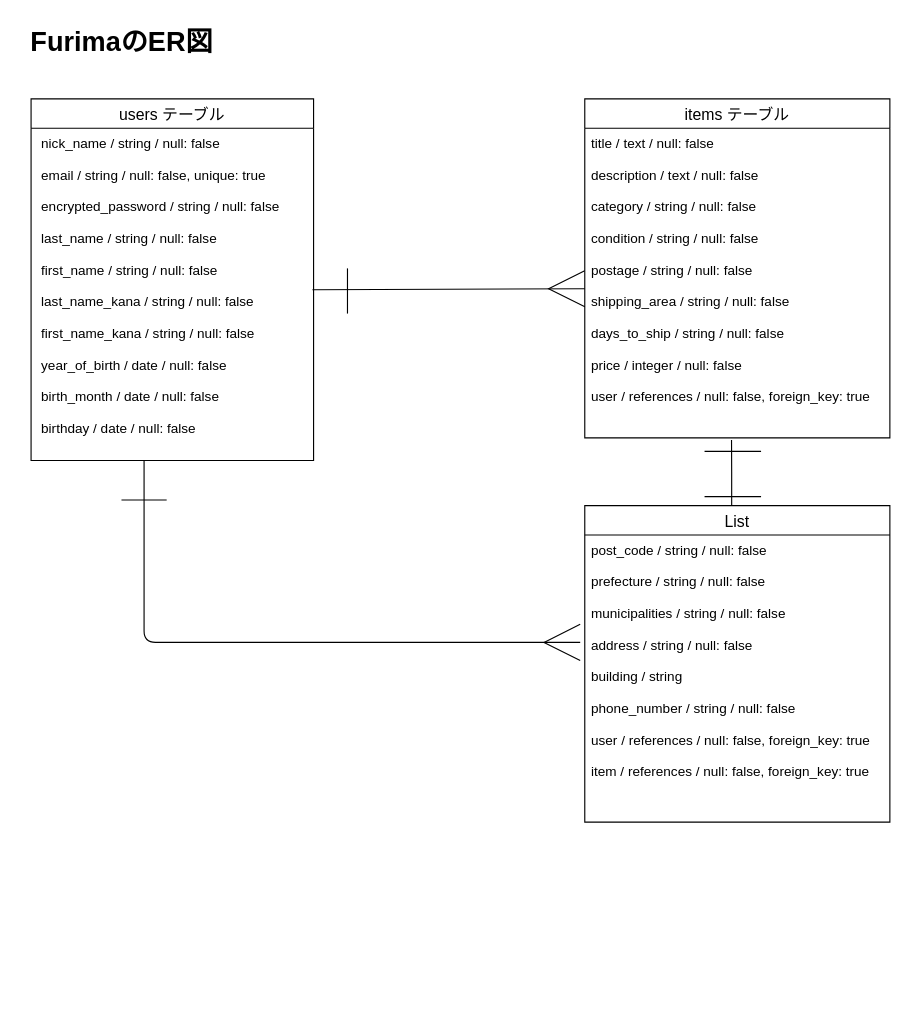
Earlier version of the draw.io diagram furima.dio (tunnelkowai/furima-38272). Source tidied: cells renumbered, new cells numbered last; positions are measured from the earlier drawing's top-left corner, leaving out a move shared by most shapes. Both pictures are drawn from the tidied source at 113%, with x=0, y=0 at pixel (19, 19).
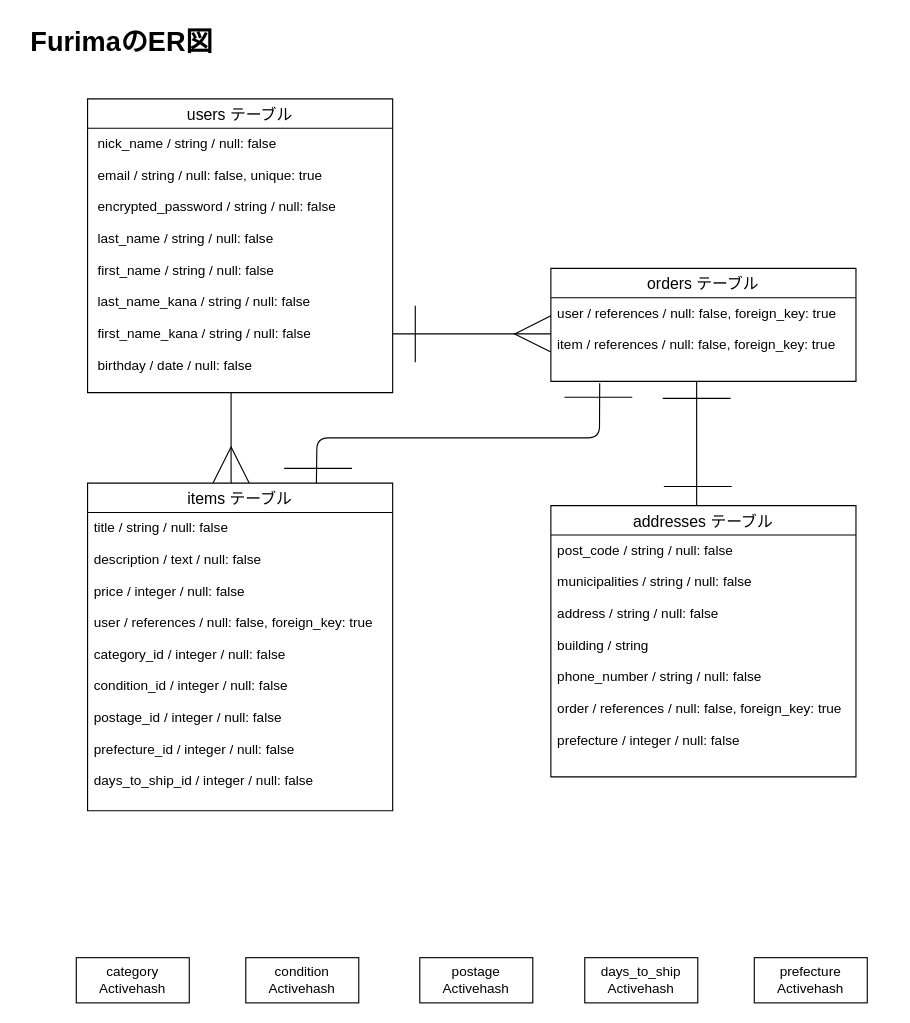
Above is the later version.

What changed in the source:
```diff
@@
-    <mxCell id="2" style="edgeStyle=none;html=1;entryX=0;entryY=0.5;entryDx=0;entryDy=0;exitX=0.996;exitY=0.469;exitDx=0;exitDy=0;exitPerimeter=0;endArrow=ERmany;endFill=0;endSize=30;" parent="1" edge="1">
-      <mxGeometry relative="1" as="geometry">
-        <mxPoint x="259" y="238.9" as="sourcePoint" />
-        <mxPoint x="500" y="238" as="targetPoint" />
-      </mxGeometry>
-    </mxCell>
+    <mxCell id="16" style="edgeStyle=none;html=1;entryX=0.5;entryY=0;entryDx=0;entryDy=0;endArrow=ERmany;endFill=0;endSize=30;strokeColor=default;" parent="1" edge="1">
+      <mxGeometry relative="1" as="geometry">
+        <mxPoint x="187" y="330" as="sourcePoint" />
+        <mxPoint x="187" y="410" as="targetPoint" />
+      </mxGeometry>
+    </mxCell>
     <mxCell id="3" value="users テーブル" style="swimlane;fontStyle=0;horizontal=1;startSize=26;align=center;fontSize=14;" parent="1" vertex="1">
-      <mxGeometry x="10" y="70" width="250" height="320" as="geometry" />
+      <mxGeometry x="60" y="70" width="270" height="260" as="geometry" />
     </mxCell>
-    <mxCell id="4" value=" nick_name / string / null: false &#10;&#10; email / string / null: false, unique: true &#10;&#10; encrypted_password / string / null: false &#10;&#10; last_name / string / null: false &#10;&#10; first_name / string / null: false &#10;&#10; last_name_kana / string / null: false &#10;&#10; first_name_kana / string / null: false &#10;&#10; year_of_birth / date / null: false &#10;&#10; birth_month / date / null: false &#10;&#10; birthday / date / null: false " style="text;strokeColor=none;fillColor=none;spacingLeft=4;spacingRight=4;overflow=hidden;fontSize=12;" parent="3" vertex="1">
-      <mxGeometry y="26" width="250" height="294" as="geometry" />
+    <mxCell id="4" value=" nick_name / string / null: false &#10;&#10; email / string / null: false, unique: true &#10;&#10; encrypted_password / string / null: false &#10;&#10; last_name / string / null: false &#10;&#10; first_name / string / null: false &#10;&#10; last_name_kana / string / null: false &#10;&#10; first_name_kana / string / null: false &#10;&#10; birthday / date / null: false " style="text;strokeColor=none;fillColor=none;spacingLeft=4;spacingRight=4;overflow=hidden;fontSize=12;" parent="3" vertex="1">
+      <mxGeometry y="26" width="270" height="234" as="geometry" />
     </mxCell>
+    <mxCell id="17" style="edgeStyle=none;html=1;exitX=0.75;exitY=0;exitDx=0;exitDy=0;endArrow=none;endFill=0;endSize=30;strokeColor=default;entryX=0.16;entryY=1.023;entryDx=0;entryDy=0;entryPerimeter=0;" parent="1" edge="1" source="5" target="20">
+      <mxGeometry relative="1" as="geometry">
+        <Array as="points">
+          <mxPoint x="263" y="370" />
+          <mxPoint x="513" y="370" />
+        </Array>
+      </mxGeometry>
+    </mxCell>
     <mxCell id="5" value="items テーブル" style="swimlane;fontStyle=0;horizontal=1;startSize=26;align=center;fontSize=14;" parent="1" vertex="1">
-      <mxGeometry x="500" y="70" width="270" height="300" as="geometry" />
+      <mxGeometry x="60" y="410" width="270" height="290" as="geometry" />
     </mxCell>
-    <mxCell id="6" value="title / text / null: false &#10;&#10;description / text / null: false&#10;&#10;category / string / null: false&#10;&#10;condition / string / null: false &#10;&#10;postage / string / null: false&#10;&#10;shipping_area / string / null: false&#10;&#10;days_to_ship / string / null: false&#10;&#10;price / integer / null: false&#10;&#10;user / references / null: false, foreign_key: true&#10;" style="text;strokeColor=none;fillColor=none;spacingLeft=4;spacingRight=4;overflow=hidden;points=[[0,0.5],[1,0.5]];portConstraint=eastwest;fontSize=12;" parent="5" vertex="1">
-      <mxGeometry y="26" width="270" height="274" as="geometry" />
+    <mxCell id="6" value="title / string / null: false &#10;&#10;description / text / null: false&#10;&#10;price / integer / null: false&#10;&#10;user / references / null: false, foreign_key: true&#10;&#10;category_id / integer / null: false&#10;&#10;condition_id / integer / null: false &#10;&#10;postage_id / integer / null: false&#10;&#10;prefecture_id / integer / null: false&#10;&#10;days_to_ship_id / integer / null: false&#10;" style="text;strokeColor=none;fillColor=none;spacingLeft=4;spacingRight=4;overflow=hidden;points=[[0,0.5],[1,0.5]];portConstraint=eastwest;fontSize=12;" parent="5" vertex="1">
+      <mxGeometry y="26" width="270" height="264" as="geometry" />
     </mxCell>
-    <mxCell id="7" value="List" style="swimlane;fontStyle=0;horizontal=1;startSize=26;align=center;fontSize=14;" parent="1" vertex="1">
-      <mxGeometry x="500" y="430" width="270" height="280" as="geometry" />
+    <mxCell id="7" value="addresses テーブル" style="swimlane;fontStyle=0;horizontal=1;startSize=26;align=center;fontSize=14;" parent="1" vertex="1">
+      <mxGeometry x="470" y="430" width="270" height="240" as="geometry" />
     </mxCell>
-    <mxCell id="8" value="post_code / string / null: false&#10;&#10;prefecture / string / null: false&#10;&#10;municipalities / string / null: false&#10;&#10;address / string / null: false&#10;&#10;building / string &#10;&#10;phone_number / string / null: false&#10;&#10;user / references / null: false, foreign_key: true&#10;&#10;item / references / null: false, foreign_key: true" style="text;strokeColor=none;fillColor=none;spacingLeft=4;spacingRight=4;overflow=hidden;points=[[0,0.5],[1,0.5]];portConstraint=eastwest;fontSize=12;" parent="7" vertex="1">
-      <mxGeometry y="26" width="270" height="254" as="geometry" />
+    <mxCell id="8" value="post_code / string / null: false&#10;&#10;municipalities / string / null: false&#10;&#10;address / string / null: false&#10;&#10;building / string &#10;&#10;phone_number / string / null: false&#10;&#10;order / references / null: false, foreign_key: true&#10;&#10;prefecture / integer / null: false" style="text;strokeColor=none;fillColor=none;spacingLeft=4;spacingRight=4;overflow=hidden;points=[[0,0.5],[1,0.5]];portConstraint=eastwest;fontSize=12;" parent="7" vertex="1">
+      <mxGeometry y="26" width="270" height="214" as="geometry" />
     </mxCell>
-    <mxCell id="9" style="edgeStyle=none;html=1;strokeColor=default;endArrow=ERmany;endFill=0;endSize=30;entryX=-0.015;entryY=0.374;entryDx=0;entryDy=0;entryPerimeter=0;" parent="1" edge="1" target="8">
-      <mxGeometry relative="1" as="geometry">
-        <mxPoint x="110" y="390" as="sourcePoint" />
-        <Array as="points">
-          <mxPoint x="110" y="390" />
-          <mxPoint x="110" y="551" />
-        </Array>
-      </mxGeometry>
-    </mxCell>
-    <mxCell id="10" style="line;strokeWidth=1;dashed=0;labelPosition=right;align=left;verticalAlign=middle;spacingTop=0;spacingLeft=6;" parent="1" vertex="1">
-      <mxGeometry x="90" y="420" width="40" height="10" as="geometry" />
-    </mxCell>
-    <mxCell id="11" style="endArrow=none;html=1;rounded=0;endSize=30;strokeColor=default;" parent="1" edge="1">
-      <mxGeometry relative="1" as="geometry">
-        <mxPoint x="290" y="260" as="sourcePoint" />
-        <mxPoint x="290" y="220" as="targetPoint" />
-      </mxGeometry>
-    </mxCell>
-    <mxCell id="12" style="endArrow=none;html=1;rounded=0;endSize=30;strokeColor=default;" parent="1" edge="1">
-      <mxGeometry relative="1" as="geometry">
-        <mxPoint x="606" y="382" as="sourcePoint" />
-        <mxPoint x="656" y="382" as="targetPoint" />
-        <Array as="points">
-          <mxPoint x="626" y="382" />
-          <mxPoint x="646" y="382" />
-          <mxPoint x="656" y="382" />
-        </Array>
-      </mxGeometry>
-    </mxCell>
-    <mxCell id="13" style="endArrow=none;html=1;rounded=0;endSize=30;strokeColor=default;entryX=0.481;entryY=1.007;entryDx=0;entryDy=0;entryPerimeter=0;" parent="1" edge="1" target="6">
-      <mxGeometry relative="1" as="geometry">
-        <mxPoint x="630" y="430" as="sourcePoint" />
-        <Array as="points">
-          <mxPoint x="630" y="400" />
-        </Array>
-      </mxGeometry>
-    </mxCell>
-    <mxCell id="14" style="endArrow=none;html=1;rounded=0;endSize=30;strokeColor=default;" parent="1" edge="1">
-      <mxGeometry relative="1" as="geometry">
-        <mxPoint x="606" y="422" as="sourcePoint" />
-        <mxPoint x="656" y="422" as="targetPoint" />
-        <Array as="points">
-          <mxPoint x="626" y="422" />
-          <mxPoint x="646" y="422" />
-          <mxPoint x="656" y="422" />
-        </Array>
-      </mxGeometry>
-    </mxCell>
@@
+    <mxCell id="18" style="edgeStyle=none;html=1;entryX=0.5;entryY=0;entryDx=0;entryDy=0;endArrow=none;endFill=0;endSize=30;strokeColor=default;" parent="1" edge="1">
+      <mxGeometry relative="1" as="geometry">
+        <mxPoint x="599" y="320" as="sourcePoint" />
+        <mxPoint x="599" y="430" as="targetPoint" />
+      </mxGeometry>
+    </mxCell>
+    <mxCell id="19" value="orders テーブル" style="swimlane;fontStyle=0;horizontal=1;startSize=26;align=center;fontSize=14;" parent="1" vertex="1">
+      <mxGeometry x="470" y="220" width="270" height="100" as="geometry" />
+    </mxCell>
+    <mxCell id="20" value="user / references / null: false, foreign_key: true&#10;&#10;item / references / null: false, foreign_key: true" style="text;strokeColor=none;fillColor=none;spacingLeft=4;spacingRight=4;overflow=hidden;points=[[0,0.5],[1,0.5]];portConstraint=eastwest;fontSize=12;" parent="19" vertex="1">
+      <mxGeometry y="26" width="270" height="74" as="geometry" />
+    </mxCell>
+    <mxCell id="21" style="edgeStyle=none;html=1;endArrow=ERmany;endFill=0;endSize=30;strokeColor=default;" parent="1" edge="1">
+      <mxGeometry relative="1" as="geometry">
+        <mxPoint x="330" y="278" as="sourcePoint" />
+        <mxPoint x="470" y="278" as="targetPoint" />
+      </mxGeometry>
+    </mxCell>
+    <mxCell id="22" style="endArrow=none;html=1;endSize=30;strokeColor=default;" parent="1" edge="1">
+      <mxGeometry relative="1" as="geometry">
+        <mxPoint x="570" y="413" as="sourcePoint" />
+        <mxPoint x="630" y="413" as="targetPoint" />
+      </mxGeometry>
+    </mxCell>
+    <mxCell id="23" style="endArrow=none;html=1;endSize=30;strokeColor=default;" parent="1" edge="1">
+      <mxGeometry relative="1" as="geometry">
+        <mxPoint x="569" y="335" as="sourcePoint" />
+        <mxPoint x="629" y="335" as="targetPoint" />
+      </mxGeometry>
+    </mxCell>
+    <mxCell id="24" style="endArrow=none;html=1;endSize=30;strokeColor=default;" parent="1" edge="1">
+      <mxGeometry relative="1" as="geometry">
+        <mxPoint x="234" y="397" as="sourcePoint" />
+        <mxPoint x="294" y="397" as="targetPoint" />
+      </mxGeometry>
+    </mxCell>
+    <mxCell id="25" style="endArrow=none;html=1;endSize=30;strokeColor=default;" parent="1" edge="1">
+      <mxGeometry relative="1" as="geometry">
+        <mxPoint x="482" y="334" as="sourcePoint" />
+        <mxPoint x="542" y="334" as="targetPoint" />
+      </mxGeometry>
+    </mxCell>
+    <mxCell id="26" style="endArrow=none;html=1;endSize=30;strokeColor=default;" parent="1" edge="1">
+      <mxGeometry relative="1" as="geometry">
+        <mxPoint x="350" y="303" as="sourcePoint" />
+        <mxPoint x="350" y="253" as="targetPoint" />
+      </mxGeometry>
+    </mxCell>
+    <mxCell id="27" value="prefecture&lt;br&gt;Activehash" style="whiteSpace=wrap;html=1;align=center;" parent="1" vertex="1">
+      <mxGeometry x="650" y="830" width="100" height="40" as="geometry" />
+    </mxCell>
+    <mxCell id="28" value="category&lt;br&gt;Activehash" style="whiteSpace=wrap;html=1;align=center;" parent="1" vertex="1">
+      <mxGeometry x="50" y="830" width="100" height="40" as="geometry" />
+    </mxCell>
+    <mxCell id="29" value="condition&lt;br&gt;Activehash" style="whiteSpace=wrap;html=1;align=center;" parent="1" vertex="1">
+      <mxGeometry x="200" y="830" width="100" height="40" as="geometry" />
+    </mxCell>
+    <mxCell id="30" value="postage&lt;br&gt;Activehash" style="whiteSpace=wrap;html=1;align=center;" parent="1" vertex="1">
+      <mxGeometry x="354" y="830" width="100" height="40" as="geometry" />
+    </mxCell>
+    <mxCell id="31" value="days_to_ship&lt;br&gt;Activehash" style="whiteSpace=wrap;html=1;align=center;" parent="1" vertex="1">
+      <mxGeometry x="500" y="830" width="100" height="40" as="geometry" />
+    </mxCell>
```
